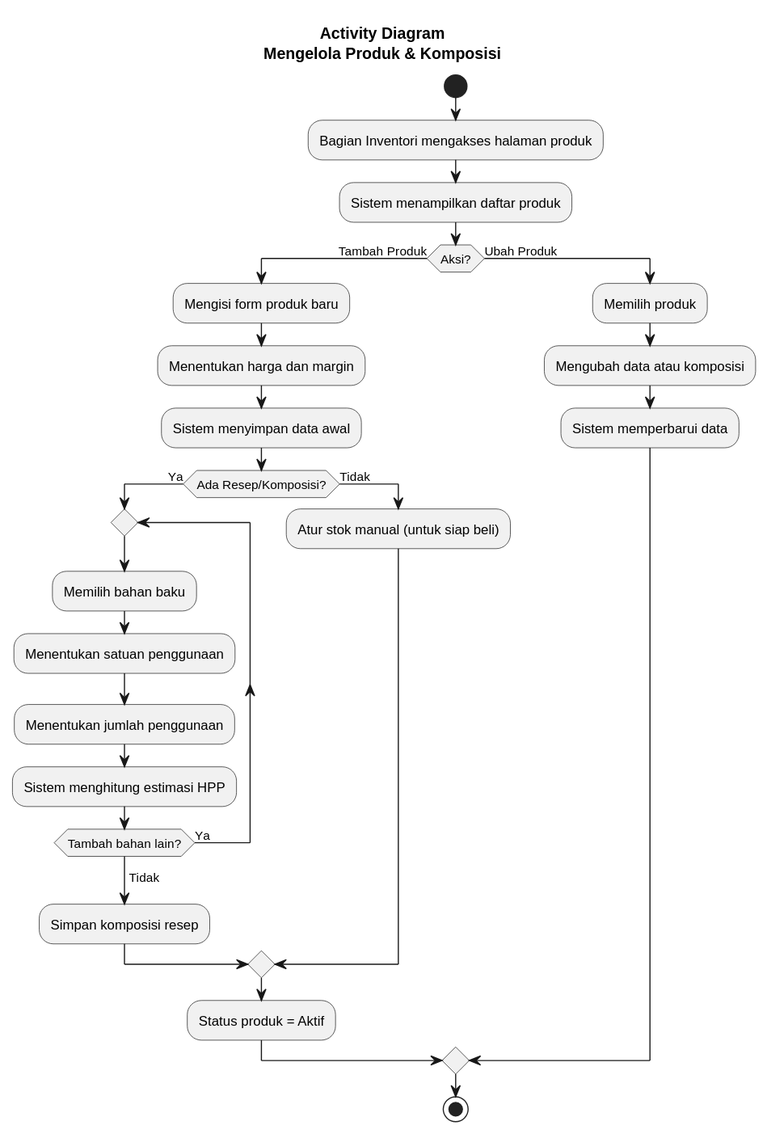
This is docs/diagrams/svg/activity/activity-inc-1-produk.svg from pawon3d/pawon3d, a PlantUML export, as it was before one commit. Source of this version:
```plantuml
@startuml
skinparam activityShape octagon

title Activity Diagram\nMengelola Produk & Komposisi

start
:Bagian Inventori mengakses halaman produk;
:Sistem menampilkan daftar produk;

if (Aksi?) then (Tambah Produk)
    :Mengisi form produk baru;
    :Menentukan harga dan margin;
    :Sistem menyimpan data awal;

    if (Ada Resep/Komposisi?) then (Ya)
        repeat
            :Memilih bahan baku;
            :Menentukan satuan penggunaan;
            :Menentukan jumlah penggunaan;
            :Sistem menghitung estimasi HPP;
        repeat while (Tambah bahan lain?) is (Ya)
        ->Tidak;
        :Simpan komposisi resep;
    else (Tidak)
        :Atur stok manual (untuk siap beli);
    endif

    :Status produk = Aktif;
else (Ubah Produk)
    :Memilih produk;
    :Mengubah data atau komposisi;
    :Sistem memperbarui data;
endif
stop
@enduml
```
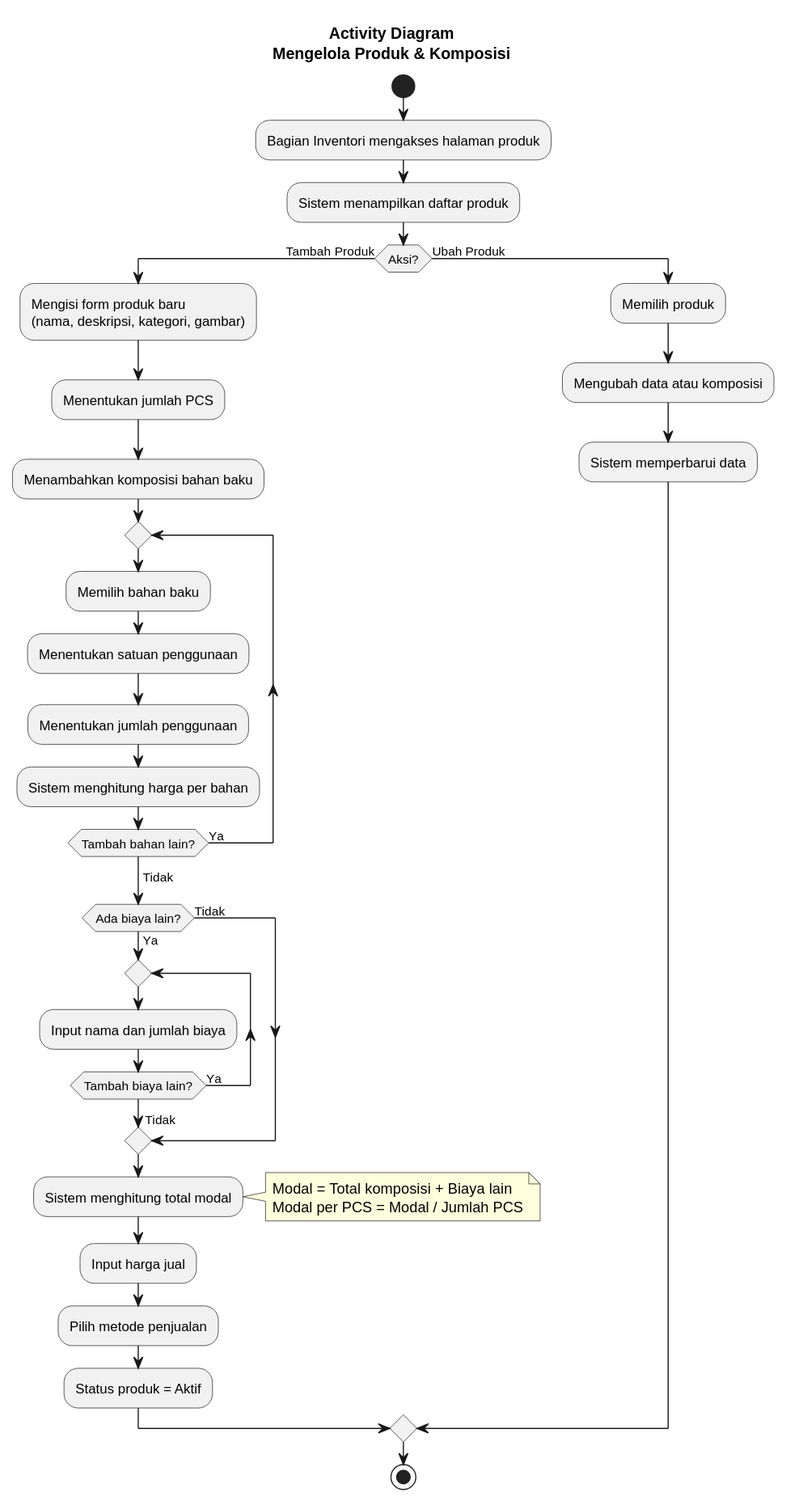
Later version of the same file.

Diff of the diagram source:
```diff
@@ -8,23 +8,34 @@
 :Sistem menampilkan daftar produk;
 
 if (Aksi?) then (Tambah Produk)
-    :Mengisi form produk baru;
-    :Menentukan harga dan margin;
-    :Sistem menyimpan data awal;
+    :Mengisi form produk baru\n(nama, deskripsi, kategori, gambar);
+    :Menentukan jumlah PCS;
 
-    if (Ada Resep/Komposisi?) then (Ya)
+    :Menambahkan komposisi bahan baku;
+    repeat
+        :Memilih bahan baku;
+        :Menentukan satuan penggunaan;
+        :Menentukan jumlah penggunaan;
+        :Sistem menghitung harga per bahan;
+    repeat while (Tambah bahan lain?) is (Ya)
+    ->Tidak;
+
+    if (Ada biaya lain?) then (Ya)
         repeat
-            :Memilih bahan baku;
-            :Menentukan satuan penggunaan;
-            :Menentukan jumlah penggunaan;
-            :Sistem menghitung estimasi HPP;
-        repeat while (Tambah bahan lain?) is (Ya)
+            :Input nama dan jumlah biaya;
+        repeat while (Tambah biaya lain?) is (Ya)
         ->Tidak;
-        :Simpan komposisi resep;
     else (Tidak)
-        :Atur stok manual (untuk siap beli);
     endif
 
+    :Sistem menghitung total modal;
+    note right
+        Modal = Total komposisi + Biaya lain
+        Modal per PCS = Modal / Jumlah PCS
+    end note
+
+    :Input harga jual;
+    :Pilih metode penjualan;
     :Status produk = Aktif;
 else (Ubah Produk)
     :Memilih produk;
```
